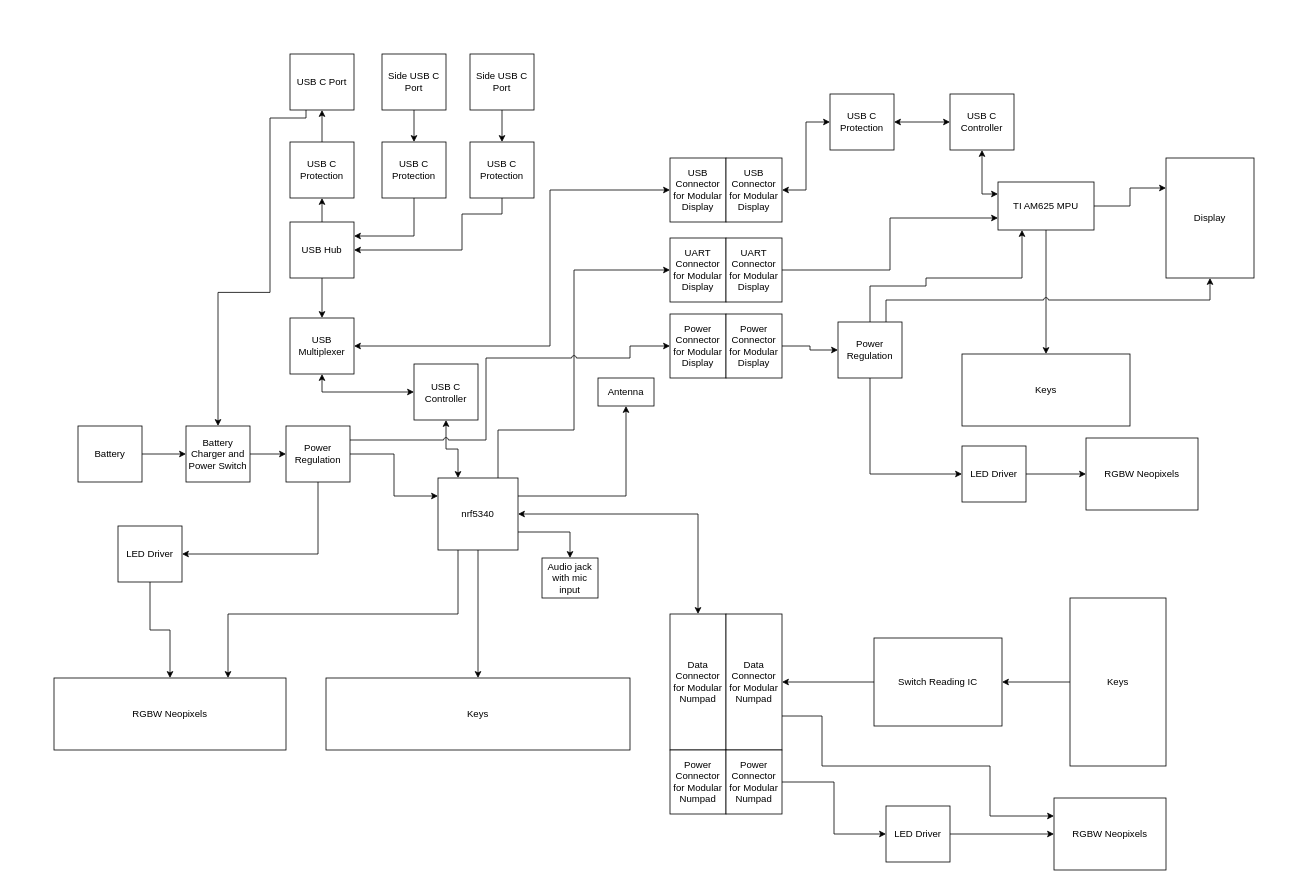
Before: Untitled Diagram.drawio in mrjonny2/KeyMaster5000, a draw.io diagram. Source tidied: cells renumbered, new cells numbered last; positions are measured from the earlier drawing's top-left corner, leaving out a move shared by most shapes. Both pictures are drawn from the tidied source at 80%, with x=0, y=0 at pixel (54, 54).
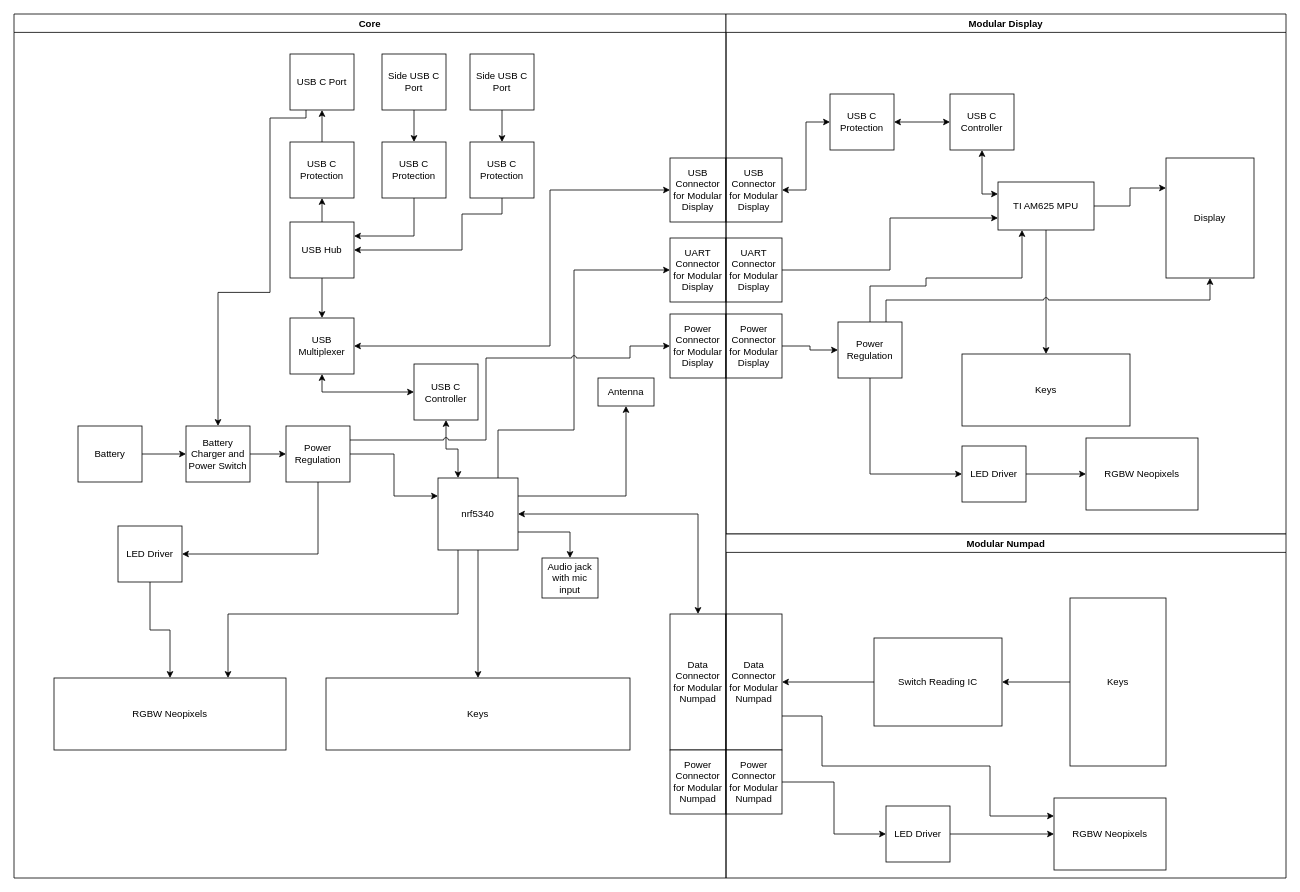
The same diagram, later.

What changed in the source:
```diff
@@
+    <mxCell id="82" value="Core" style="swimlane;" parent="1" vertex="1">
+      <mxGeometry x="-50" y="-50" width="890" height="1080" as="geometry" />
+    </mxCell>
+    <mxCell id="83" value="Modular Display" style="swimlane;" parent="1" vertex="1">
+      <mxGeometry x="840" y="-50" width="700" height="650" as="geometry" />
+    </mxCell>
+    <mxCell id="84" value="Modular Numpad" style="swimlane;" parent="1" vertex="1">
+      <mxGeometry x="840" y="600" width="700" height="430" as="geometry" />
+    </mxCell>
```
